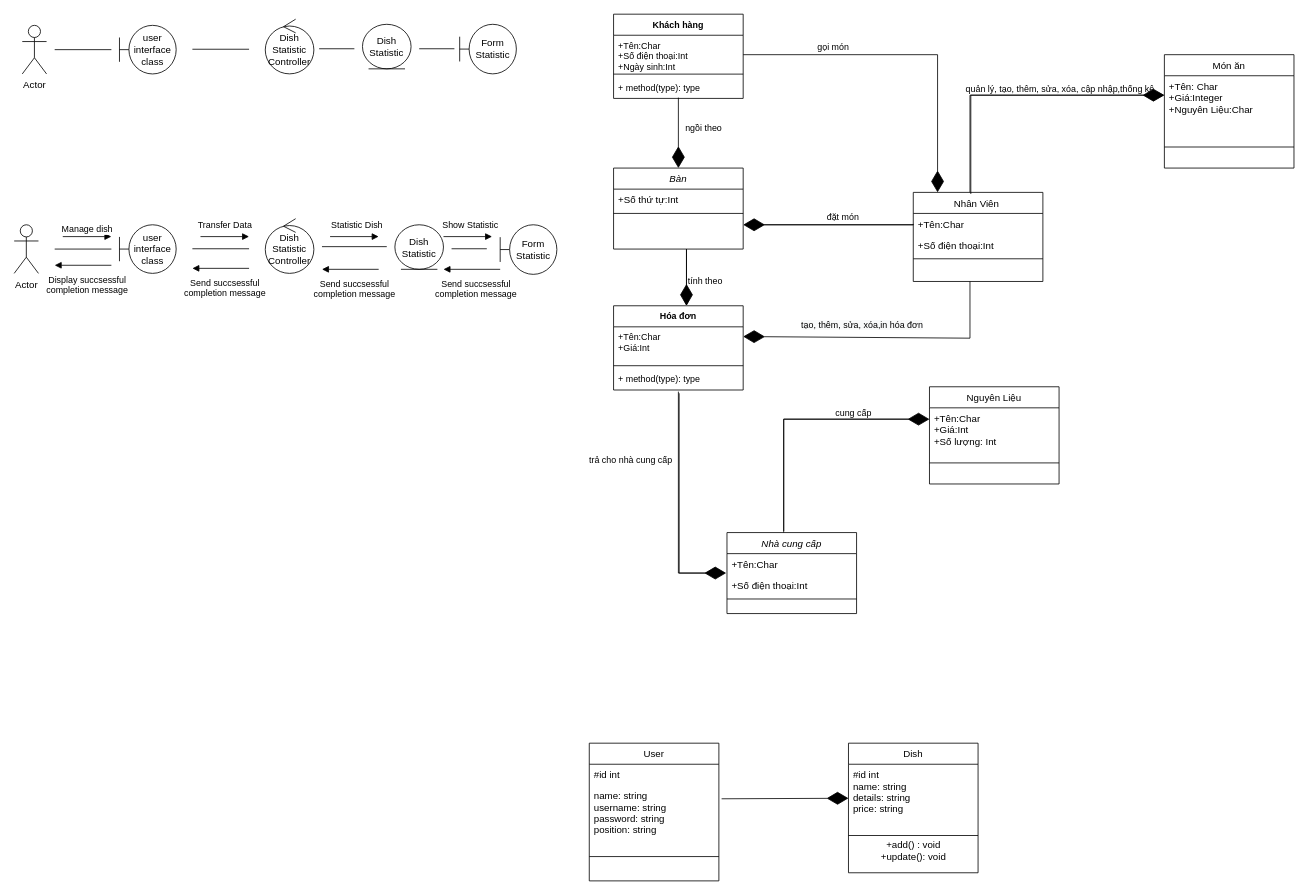
This is Untitled Diagram.drawio from ducvo177/Calculator, a draw.io file, before an edit. Source tidied: cells renumbered, new cells numbered last; positions are measured from the earlier drawing's top-left corner, leaving out a move shared by most shapes. Both pictures are drawn from the tidied source at 81%, with x=0, y=0 at pixel (14, -156).
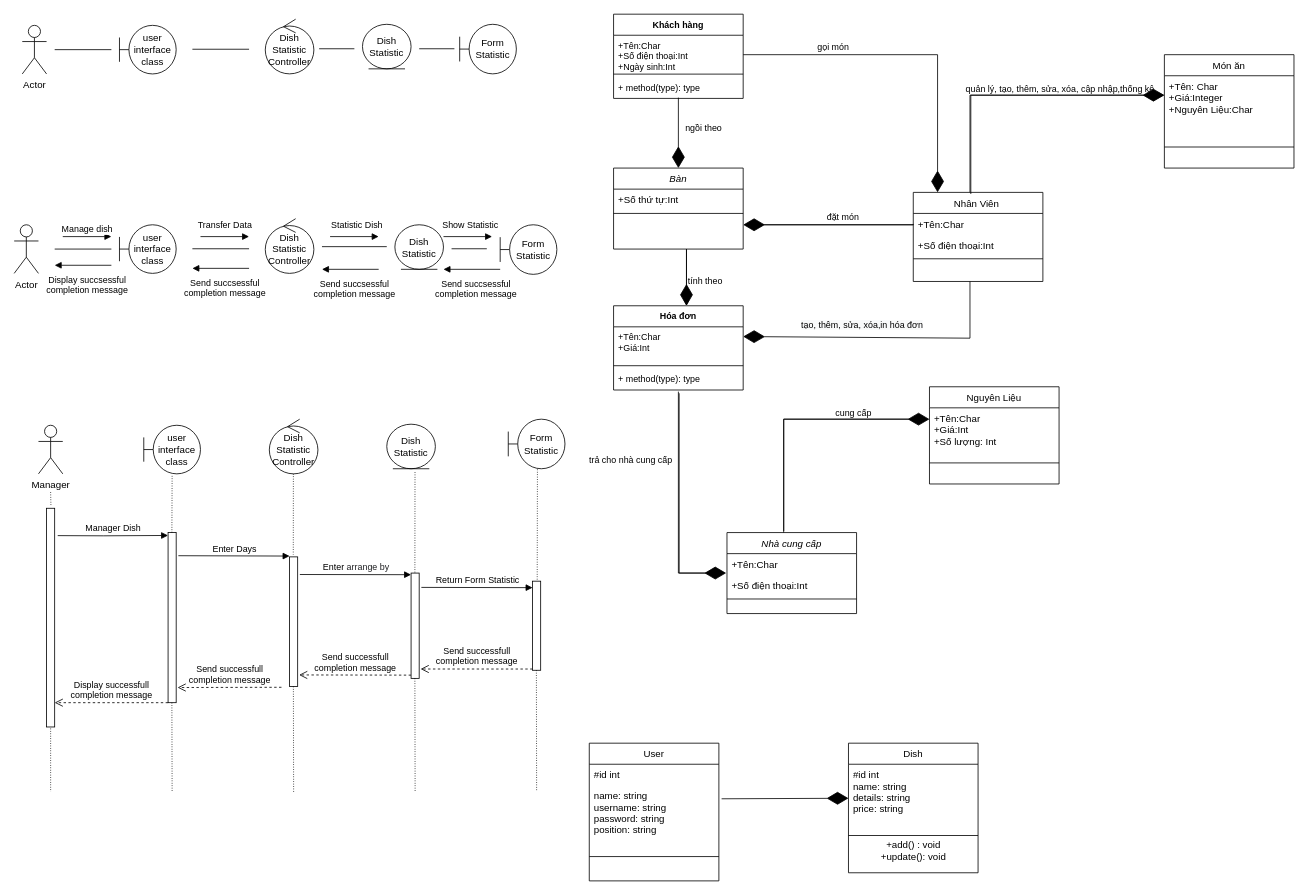
The same diagram, later.

Change to the diagram source:
```diff
@@
+    <mxCell id="93" value="Manager" style="shape=umlActor;verticalLabelPosition=bottom;verticalAlign=top;html=1;" parent="1" vertex="1">
+      <mxGeometry x="30" y="717.5" width="30" height="60" as="geometry" />
+    </mxCell>
+    <mxCell id="94" value="user interface&lt;br&gt;class" style="shape=umlBoundary;whiteSpace=wrap;html=1;" parent="1" vertex="1">
+      <mxGeometry x="160" y="717.5" width="70" height="60" as="geometry" />
+    </mxCell>
+    <mxCell id="95" value="Dish&lt;br&gt;Statistic&lt;br&gt;Controller" style="ellipse;shape=umlControl;whiteSpace=wrap;html=1;" parent="1" vertex="1">
+      <mxGeometry x="315" y="710" width="60" height="67.5" as="geometry" />
+    </mxCell>
+    <mxCell id="96" value="Form&lt;br&gt;Statistic" style="shape=umlBoundary;whiteSpace=wrap;html=1;" parent="1" vertex="1">
+      <mxGeometry x="610" y="710" width="70" height="61.2" as="geometry" />
+    </mxCell>
+    <mxCell id="97" value="Dish&lt;br&gt;Statistic" style="ellipse;shape=umlEntity;whiteSpace=wrap;html=1;" parent="1" vertex="1">
+      <mxGeometry x="460" y="716.2" width="60" height="55" as="geometry" />
+    </mxCell>
+    <mxCell id="98" style="html=1;points=[];perimeter=orthogonalPerimeter;" parent="1" vertex="1">
+      <mxGeometry x="40" y="820" width="10" height="270" as="geometry" />
+    </mxCell>
+    <mxCell id="99" value="Manager Dish" style="html=1;verticalAlign=bottom;endArrow=block;rounded=0;exitX=1.376;exitY=0.125;exitDx=0;exitDy=0;exitPerimeter=0;entryX=0;entryY=0.017;entryDx=0;entryDy=0;entryPerimeter=0;" parent="1" edge="1" source="98" target="101">
+      <mxGeometry relative="1" as="geometry">
+        <Array as="points">
+          <mxPoint x="110" y="854" />
+        </Array>
+      </mxGeometry>
+    </mxCell>
+    <mxCell id="100" value="Display successfull&lt;br&gt;completion message" style="html=1;verticalAlign=bottom;endArrow=open;dashed=1;endSize=8;rounded=0;exitX=0;exitY=1;exitDx=0;exitDy=0;exitPerimeter=0;" parent="1" edge="1" source="101">
+      <mxGeometry relative="1" as="geometry">
+        <mxPoint x="50" y="1060" as="targetPoint" />
+      </mxGeometry>
+    </mxCell>
+    <mxCell id="101" style="html=1;points=[];perimeter=orthogonalPerimeter;" parent="1" vertex="1">
+      <mxGeometry x="190" y="850" width="10" height="210" as="geometry" />
+    </mxCell>
+    <mxCell id="102" value="Enter Days" style="html=1;verticalAlign=bottom;endArrow=block;rounded=0;exitX=1.271;exitY=0.136;exitDx=0;exitDy=0;exitPerimeter=0;" parent="1" edge="1" source="101">
+      <mxGeometry relative="1" as="geometry">
+        <mxPoint x="340" y="879" as="targetPoint" />
+      </mxGeometry>
+    </mxCell>
+    <mxCell id="103" value="Send successfull&lt;br&gt;completion message" style="html=1;verticalAlign=bottom;endArrow=open;dashed=1;endSize=8;rounded=0;entryX=1.176;entryY=0.911;entryDx=0;entryDy=0;entryPerimeter=0;" parent="1" edge="1" target="101">
+      <mxGeometry relative="1" as="geometry">
+        <mxPoint x="330" y="1041" as="sourcePoint" />
+      </mxGeometry>
+    </mxCell>
+    <mxCell id="104" style="html=1;points=[];perimeter=orthogonalPerimeter;" parent="1" vertex="1">
+      <mxGeometry x="340" y="880" width="10" height="160" as="geometry" />
+    </mxCell>
+    <mxCell id="105" value="&lt;div style=&quot;text-align: left;&quot;&gt;&lt;font style=&quot;font-size: 11px;&quot;&gt;Enter &lt;font color=&quot;#202124&quot;&gt;arrange by&lt;/font&gt;&lt;/font&gt;&lt;/div&gt;" style="html=1;verticalAlign=bottom;endArrow=block;rounded=0;exitX=1.271;exitY=0.136;exitDx=0;exitDy=0;exitPerimeter=0;" parent="1" edge="1" source="104">
+      <mxGeometry relative="1" as="geometry">
+        <mxPoint x="490" y="902" as="targetPoint" />
+      </mxGeometry>
+    </mxCell>
+    <mxCell id="106" value="Send successfull&lt;br&gt;completion message" style="html=1;verticalAlign=bottom;endArrow=open;dashed=1;endSize=8;rounded=0;entryX=1.176;entryY=0.911;entryDx=0;entryDy=0;entryPerimeter=0;" parent="1" edge="1" target="104">
+      <mxGeometry relative="1" as="geometry">
+        <mxPoint x="490" y="1026" as="sourcePoint" />
+      </mxGeometry>
+    </mxCell>
+    <mxCell id="107" style="html=1;points=[];perimeter=orthogonalPerimeter;" parent="1" vertex="1">
+      <mxGeometry x="490" y="900" width="10" height="130" as="geometry" />
+    </mxCell>
+    <mxCell id="108" value="&lt;div style=&quot;text-align: left;&quot;&gt;Return Form Statistic&lt;/div&gt;" style="html=1;verticalAlign=bottom;endArrow=block;rounded=0;exitX=1.271;exitY=0.136;exitDx=0;exitDy=0;exitPerimeter=0;" parent="1" edge="1" source="107">
+      <mxGeometry relative="1" as="geometry">
+        <mxPoint x="640" y="918" as="targetPoint" />
+      </mxGeometry>
+    </mxCell>
+    <mxCell id="109" value="Send successfull&lt;br&gt;completion message" style="html=1;verticalAlign=bottom;endArrow=open;dashed=1;endSize=8;rounded=0;entryX=1.176;entryY=0.911;entryDx=0;entryDy=0;entryPerimeter=0;exitX=0;exitY=0.986;exitDx=0;exitDy=0;exitPerimeter=0;" parent="1" edge="1" source="110" target="107">
+      <mxGeometry relative="1" as="geometry" />
+    </mxCell>
+    <mxCell id="110" style="html=1;points=[];perimeter=orthogonalPerimeter;" parent="1" vertex="1">
+      <mxGeometry x="640" y="910" width="10" height="110" as="geometry" />
+    </mxCell>
+    <mxCell id="111" style="endArrow=none;html=1;rounded=0;dashed=1;dashPattern=1 2;fontFamily=Helvetica;fontSize=11;entryX=0.541;entryY=-0.008;entryDx=0;entryDy=0;entryPerimeter=0;" parent="1" edge="1" target="98">
+      <mxGeometry relative="1" as="geometry">
+        <mxPoint x="45" y="800" as="sourcePoint" />
+      </mxGeometry>
+    </mxCell>
+    <mxCell id="112" style="html=1;align=right;verticalAlign=bottom;fontFamily=Helvetica;fontSize=11;" parent="111" vertex="1">
+      <mxGeometry x="1" relative="1" as="geometry" />
+    </mxCell>
+    <mxCell id="113" style="endArrow=none;html=1;rounded=0;dashed=1;dashPattern=1 2;fontFamily=Helvetica;fontSize=11;exitX=0.5;exitY=1.007;exitDx=0;exitDy=0;exitPerimeter=0;" parent="1" edge="1" source="98">
+      <mxGeometry relative="1" as="geometry">
+        <mxPoint x="45" y="1170" as="targetPoint" />
+      </mxGeometry>
+    </mxCell>
+    <mxCell id="114" style="html=1;align=right;verticalAlign=bottom;fontFamily=Helvetica;fontSize=11;" parent="113" vertex="1">
+      <mxGeometry x="1" relative="1" as="geometry" />
+    </mxCell>
+    <mxCell id="115" style="endArrow=none;html=1;rounded=0;dashed=1;dashPattern=1 2;fontFamily=Helvetica;fontSize=11;" parent="1" edge="1">
+      <mxGeometry relative="1" as="geometry">
+        <mxPoint x="195" y="780" as="sourcePoint" />
+        <mxPoint x="194.7" y="850.6" as="targetPoint" />
+      </mxGeometry>
+    </mxCell>
+    <mxCell id="116" style="html=1;align=right;verticalAlign=bottom;fontFamily=Helvetica;fontSize=11;" parent="115" vertex="1">
+      <mxGeometry x="1" relative="1" as="geometry" />
+    </mxCell>
+    <mxCell id="117" style="endArrow=none;html=1;rounded=0;dashed=1;dashPattern=1 2;fontFamily=Helvetica;fontSize=11;exitX=0.5;exitY=1.007;exitDx=0;exitDy=0;exitPerimeter=0;" parent="1" edge="1">
+      <mxGeometry relative="1" as="geometry">
+        <mxPoint x="194.7" y="1060" as="sourcePoint" />
+        <mxPoint x="195" y="1170" as="targetPoint" />
+      </mxGeometry>
+    </mxCell>
+    <mxCell id="118" style="html=1;align=right;verticalAlign=bottom;fontFamily=Helvetica;fontSize=11;" parent="117" vertex="1">
+      <mxGeometry x="1" relative="1" as="geometry" />
+    </mxCell>
+    <mxCell id="119" style="endArrow=none;html=1;rounded=0;dashed=1;dashPattern=1 2;fontFamily=Helvetica;fontSize=11;exitX=0.5;exitY=1.007;exitDx=0;exitDy=0;exitPerimeter=0;entryX=0.457;entryY=-0.018;entryDx=0;entryDy=0;entryPerimeter=0;" parent="1" edge="1" target="104">
+      <mxGeometry relative="1" as="geometry">
+        <mxPoint x="344.7" y="777.5" as="sourcePoint" />
+      </mxGeometry>
+    </mxCell>
+    <mxCell id="120" style="html=1;align=right;verticalAlign=bottom;fontFamily=Helvetica;fontSize=11;" parent="119" vertex="1">
+      <mxGeometry x="1" relative="1" as="geometry" />
+    </mxCell>
+    <mxCell id="121" style="endArrow=none;html=1;rounded=0;dashed=1;dashPattern=1 2;fontFamily=Helvetica;fontSize=11;exitX=0.5;exitY=1.007;exitDx=0;exitDy=0;exitPerimeter=0;" parent="1" edge="1">
+      <mxGeometry relative="1" as="geometry">
+        <mxPoint x="344.7" y="1040" as="sourcePoint" />
+        <mxPoint x="345" y="1170" as="targetPoint" />
+      </mxGeometry>
+    </mxCell>
+    <mxCell id="122" style="html=1;align=right;verticalAlign=bottom;fontFamily=Helvetica;fontSize=11;" parent="121" vertex="1">
+      <mxGeometry x="1" relative="1" as="geometry" />
+    </mxCell>
+    <mxCell id="123" style="endArrow=none;html=1;rounded=0;dashed=1;dashPattern=1 2;fontFamily=Helvetica;fontSize=11;exitX=0.5;exitY=1.007;exitDx=0;exitDy=0;exitPerimeter=0;" parent="1" edge="1">
+      <mxGeometry relative="1" as="geometry">
+        <mxPoint x="494.7" y="1030" as="sourcePoint" />
+        <mxPoint x="495" y="1170" as="targetPoint" />
+      </mxGeometry>
+    </mxCell>
+    <mxCell id="124" style="html=1;align=right;verticalAlign=bottom;fontFamily=Helvetica;fontSize=11;" parent="123" vertex="1">
+      <mxGeometry x="1" relative="1" as="geometry" />
+    </mxCell>
+    <mxCell id="125" style="endArrow=none;html=1;rounded=0;dashed=1;dashPattern=1 2;fontFamily=Helvetica;fontSize=11;exitX=0.581;exitY=1.074;exitDx=0;exitDy=0;exitPerimeter=0;" parent="1" edge="1" source="97">
+      <mxGeometry relative="1" as="geometry">
+        <mxPoint x="494.7" y="900" as="targetPoint" />
+      </mxGeometry>
+    </mxCell>
+    <mxCell id="126" style="html=1;align=right;verticalAlign=bottom;fontFamily=Helvetica;fontSize=11;" parent="125" vertex="1">
+      <mxGeometry x="1" relative="1" as="geometry" />
+    </mxCell>
+    <mxCell id="127" style="endArrow=none;html=1;rounded=0;dashed=1;dashPattern=1 2;fontFamily=Helvetica;fontSize=11;exitX=0.5;exitY=1.007;exitDx=0;exitDy=0;exitPerimeter=0;" parent="1" edge="1">
+      <mxGeometry relative="1" as="geometry">
+        <mxPoint x="644.7" y="1020" as="sourcePoint" />
+        <mxPoint x="645" y="1170" as="targetPoint" />
+      </mxGeometry>
+    </mxCell>
+    <mxCell id="128" style="html=1;align=right;verticalAlign=bottom;fontFamily=Helvetica;fontSize=11;" parent="127" vertex="1">
+      <mxGeometry x="1" relative="1" as="geometry" />
+    </mxCell>
+    <mxCell id="129" style="endArrow=none;html=1;rounded=0;dashed=1;dashPattern=1 2;fontFamily=Helvetica;fontSize=11;entryX=0.571;entryY=-0.008;entryDx=0;entryDy=0;entryPerimeter=0;" parent="1" edge="1" target="110">
+      <mxGeometry relative="1" as="geometry">
+        <mxPoint x="646" y="772" as="sourcePoint" />
+      </mxGeometry>
+    </mxCell>
+    <mxCell id="130" style="html=1;align=right;verticalAlign=bottom;fontFamily=Helvetica;fontSize=11;" parent="129" vertex="1">
+      <mxGeometry x="1" relative="1" as="geometry" />
+    </mxCell>
```
